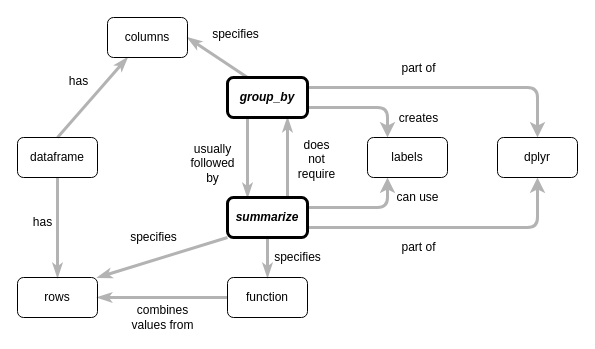
Earlier version of the draw.io diagram en/group_by-summarize.drawio (rstudio/concept-maps). Source tidied: cells renumbered, new cells numbered last; positions are measured from the earlier drawing's top-left corner, leaving out a move shared by most shapes. Both pictures are drawn from the tidied source at 100%, with x=0, y=0 at pixel (17, 17).
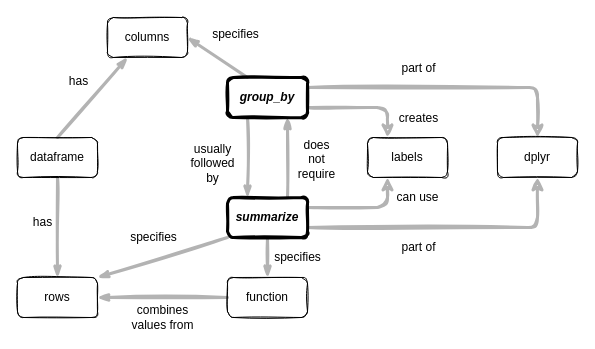
Above is the later version.

Change to the diagram source:
```diff
@@
-    <mxCell id="2" value="has" style="edgeStyle=none;rounded=1;html=1;labelBackgroundColor=#FFFFFF;startArrow=none;startFill=0;startSize=5;endArrow=classicThin;endFill=1;endSize=5;jettySize=auto;strokeColor=#B3B3B3;strokeWidth=3;fontFamily=Helvetica;fontSize=12;exitX=0.5;exitY=1;exitDx=0;exitDy=0;entryX=0.5;entryY=0;entryDx=0;entryDy=0;verticalAlign=middle;" parent="1" edge="1" source="17" target="18">
+    <mxCell id="2" value="has" style="edgeStyle=none;rounded=1;html=1;labelBackgroundColor=none;startArrow=none;startFill=0;startSize=5;endArrow=classicThin;endFill=1;endSize=5;jettySize=auto;strokeColor=#B3B3B3;strokeWidth=3;fontFamily=Helvetica;fontSize=12;exitX=0.5;exitY=1;exitDx=0;exitDy=0;entryX=0.5;entryY=0;entryDx=0;entryDy=0;verticalAlign=middle;sketch=1;" parent="1" edge="1" source="17" target="18">
       <mxGeometry x="-0.11" y="-15" relative="1" as="geometry" />
     </mxCell>
-    <mxCell id="3" value="has" style="edgeStyle=none;rounded=1;html=1;labelBackgroundColor=none;startArrow=none;startFill=0;startSize=5;endArrow=classicThin;endFill=1;endSize=5;jettySize=auto;strokeColor=#B3B3B3;strokeWidth=3;fontFamily=Helvetica;fontSize=12;exitX=0.5;exitY=0;exitDx=0;exitDy=0;entryX=0.25;entryY=1;entryDx=0;entryDy=0;verticalAlign=middle;" parent="1" edge="1" source="17" target="19">
+    <mxCell id="3" value="has" style="edgeStyle=none;rounded=1;html=1;labelBackgroundColor=none;startArrow=none;startFill=0;startSize=5;endArrow=classicThin;endFill=1;endSize=5;jettySize=auto;strokeColor=#B3B3B3;strokeWidth=3;fontFamily=Helvetica;fontSize=12;exitX=0.5;exitY=0;exitDx=0;exitDy=0;entryX=0.25;entryY=1;entryDx=0;entryDy=0;verticalAlign=middle;sketch=1;" parent="1" edge="1" source="17" target="19">
       <mxGeometry x="0.05" y="21" relative="1" as="geometry" />
     </mxCell>
-    <mxCell id="4" value="specifies" style="edgeStyle=none;rounded=1;html=1;labelBackgroundColor=none;startArrow=none;startFill=0;startSize=5;endArrow=classicThin;endFill=1;endSize=5;jettySize=auto;strokeColor=#B3B3B3;strokeWidth=3;fontFamily=Helvetica;fontSize=12;exitX=0.25;exitY=0;exitDx=0;exitDy=0;entryX=1;entryY=0.5;entryDx=0;entryDy=0;verticalAlign=middle;" parent="1" edge="1" source="20" target="19">
+    <mxCell id="4" value="specifies" style="edgeStyle=none;rounded=1;html=1;labelBackgroundColor=none;startArrow=none;startFill=0;startSize=5;endArrow=classicThin;endFill=1;endSize=5;jettySize=auto;strokeColor=#B3B3B3;strokeWidth=3;fontFamily=Helvetica;fontSize=12;exitX=0.25;exitY=0;exitDx=0;exitDy=0;entryX=1;entryY=0.5;entryDx=0;entryDy=0;verticalAlign=middle;sketch=1;" parent="1" edge="1" source="20" target="19">
       <mxGeometry x="-0.06" y="-29" relative="1" as="geometry" />
     </mxCell>
-    <mxCell id="5" style="edgeStyle=orthogonalEdgeStyle;rounded=0;orthogonalLoop=1;jettySize=auto;html=1;exitX=0.5;exitY=1;exitDx=0;exitDy=0;strokeWidth=3;fontSize=12;fontFamily=Helvetica;" parent="1" edge="1" source="17" target="17">
+    <mxCell id="5" style="edgeStyle=orthogonalEdgeStyle;rounded=0;orthogonalLoop=1;jettySize=auto;html=1;exitX=0.5;exitY=1;exitDx=0;exitDy=0;strokeWidth=3;fontSize=12;fontFamily=Helvetica;sketch=1;labelBackgroundColor=none;" parent="1" edge="1" source="17" target="17">
       <mxGeometry relative="1" as="geometry" />
     </mxCell>
-    <mxCell id="6" style="endArrow=classic;html=1;strokeWidth=3;strokeColor=#B3B3B3;exitX=1;exitY=0.75;exitDx=0;exitDy=0;verticalAlign=middle;fontSize=12;labelBackgroundColor=none;fontFamily=Helvetica;entryX=0.25;entryY=0;entryDx=0;entryDy=0;" parent="1" edge="1" source="20" target="21">
+    <mxCell id="6" style="endArrow=classic;html=1;strokeWidth=3;strokeColor=#B3B3B3;exitX=1;exitY=0.75;exitDx=0;exitDy=0;verticalAlign=middle;fontSize=12;labelBackgroundColor=none;fontFamily=Helvetica;entryX=0.25;entryY=0;entryDx=0;entryDy=0;sketch=1;" parent="1" edge="1" source="20" target="21">
       <mxGeometry x="0.1" y="-17" relative="1" as="geometry">
         <Array as="points">
           <mxPoint x="370" y="90" />
         </Array>
       </mxGeometry>
     </mxCell>
-    <mxCell id="7" value="&lt;span style=&quot;font-size: 12px&quot;&gt;creates&lt;/span&gt;" style="edgeLabel;html=1;align=center;verticalAlign=middle;" parent="6" vertex="1">
+    <mxCell id="7" value="&lt;span style=&quot;font-size: 12px&quot;&gt;creates&lt;/span&gt;" style="edgeLabel;html=1;align=center;verticalAlign=middle;sketch=1;labelBackgroundColor=none;" parent="6" vertex="1">
       <mxGeometry x="0.02" relative="1" as="geometry">
         <mxPoint x="54" y="10" as="offset" />
       </mxGeometry>
     </mxCell>
-    <mxCell id="8" value="can use" style="endArrow=classic;html=1;strokeWidth=3;strokeColor=#B3B3B3;exitX=1;exitY=0.25;exitDx=0;exitDy=0;verticalAlign=middle;fontSize=12;labelBackgroundColor=none;fontFamily=Helvetica;entryX=0.25;entryY=1;entryDx=0;entryDy=0;" parent="1" edge="1" source="24" target="21">
+    <mxCell id="8" value="can use" style="endArrow=classic;html=1;strokeWidth=3;strokeColor=#B3B3B3;exitX=1;exitY=0.25;exitDx=0;exitDy=0;verticalAlign=middle;fontSize=12;labelBackgroundColor=none;fontFamily=Helvetica;entryX=0.25;entryY=1;entryDx=0;entryDy=0;sketch=1;" parent="1" edge="1" source="24" target="21">
       <mxGeometry x="0.45" y="32" relative="1" as="geometry">
         <Array as="points">
           <mxPoint x="370" y="190" />
         </Array>
         <mxPoint x="62" y="-10" as="offset" />
       </mxGeometry>
     </mxCell>
-    <mxCell id="9" value="usually&lt;br&gt;followed&lt;br&gt;by" style="edgeStyle=none;rounded=1;html=1;labelBackgroundColor=#FFFFFF;startArrow=none;startFill=0;startSize=5;endArrow=classicThin;endFill=1;endSize=5;jettySize=auto;strokeColor=#B3B3B3;strokeWidth=3;fontFamily=Helvetica;fontSize=12;exitX=0.25;exitY=1;exitDx=0;exitDy=0;entryX=0.25;entryY=0;entryDx=0;entryDy=0;verticalAlign=middle;" parent="1" edge="1" source="20" target="24">
+    <mxCell id="9" value="usually&lt;br&gt;followed&lt;br&gt;by" style="edgeStyle=none;rounded=1;html=1;labelBackgroundColor=none;startArrow=none;startFill=0;startSize=5;endArrow=classicThin;endFill=1;endSize=5;jettySize=auto;strokeColor=#B3B3B3;strokeWidth=3;fontFamily=Helvetica;fontSize=12;exitX=0.25;exitY=1;exitDx=0;exitDy=0;entryX=0.25;entryY=0;entryDx=0;entryDy=0;verticalAlign=middle;sketch=1;" parent="1" edge="1" source="20" target="24">
       <mxGeometry x="0.14" y="-35" relative="1" as="geometry" />
     </mxCell>
-    <mxCell id="10" value="does&lt;br&gt;not&lt;br&gt;require" style="edgeStyle=none;rounded=1;html=1;labelBackgroundColor=none;startArrow=none;startFill=0;startSize=5;endArrow=classicThin;endFill=1;endSize=5;jettySize=auto;strokeColor=#B3B3B3;strokeWidth=3;fontFamily=Helvetica;fontSize=12;exitX=0.75;exitY=0;exitDx=0;exitDy=0;entryX=0.75;entryY=1;entryDx=0;entryDy=0;verticalAlign=middle;" parent="1" edge="1" source="24" target="20">
+    <mxCell id="10" value="does&lt;br&gt;not&lt;br&gt;require" style="edgeStyle=none;rounded=1;html=1;labelBackgroundColor=none;startArrow=none;startFill=0;startSize=5;endArrow=classicThin;endFill=1;endSize=5;jettySize=auto;strokeColor=#B3B3B3;strokeWidth=3;fontFamily=Helvetica;fontSize=12;exitX=0.75;exitY=0;exitDx=0;exitDy=0;entryX=0.75;entryY=1;entryDx=0;entryDy=0;verticalAlign=middle;sketch=1;" parent="1" edge="1" source="24" target="20">
       <mxGeometry x="-0.06" y="-29" relative="1" as="geometry" />
     </mxCell>
-    <mxCell id="11" value="specifies" style="edgeStyle=none;rounded=1;html=1;labelBackgroundColor=#FFFFFF;startArrow=none;startFill=0;startSize=5;endArrow=classicThin;endFill=1;endSize=5;jettySize=auto;strokeColor=#B3B3B3;strokeWidth=3;fontFamily=Helvetica;fontSize=12;exitX=0.5;exitY=1;exitDx=0;exitDy=0;entryX=0.5;entryY=0;entryDx=0;entryDy=0;verticalAlign=middle;" parent="1" edge="1" source="24" target="22">
+    <mxCell id="11" value="specifies" style="edgeStyle=none;rounded=1;html=1;labelBackgroundColor=none;startArrow=none;startFill=0;startSize=5;endArrow=classicThin;endFill=1;endSize=5;jettySize=auto;strokeColor=#B3B3B3;strokeWidth=3;fontFamily=Helvetica;fontSize=12;exitX=0.5;exitY=1;exitDx=0;exitDy=0;entryX=0.5;entryY=0;entryDx=0;entryDy=0;verticalAlign=middle;sketch=1;" parent="1" edge="1" source="24" target="22">
       <mxGeometry y="30" relative="1" as="geometry" />
     </mxCell>
-    <mxCell id="12" value="combines&lt;br&gt;values from" style="edgeStyle=none;rounded=1;html=1;labelBackgroundColor=none;startArrow=none;startFill=0;startSize=5;endArrow=classicThin;endFill=1;endSize=5;jettySize=auto;strokeColor=#B3B3B3;strokeWidth=3;fontFamily=Helvetica;fontSize=12;exitX=0;exitY=0.5;exitDx=0;exitDy=0;entryX=1;entryY=0.5;entryDx=0;entryDy=0;verticalAlign=middle;" parent="1" edge="1" source="22" target="18">
+    <mxCell id="12" value="combines&lt;br&gt;values from" style="edgeStyle=none;rounded=1;html=1;labelBackgroundColor=none;startArrow=none;startFill=0;startSize=5;endArrow=classicThin;endFill=1;endSize=5;jettySize=auto;strokeColor=#B3B3B3;strokeWidth=3;fontFamily=Helvetica;fontSize=12;exitX=0;exitY=0.5;exitDx=0;exitDy=0;entryX=1;entryY=0.5;entryDx=0;entryDy=0;verticalAlign=middle;sketch=1;" parent="1" edge="1" source="22" target="18">
       <mxGeometry y="20" relative="1" as="geometry" />
     </mxCell>
-    <mxCell id="13" style="endArrow=classic;html=1;strokeWidth=3;strokeColor=#B3B3B3;exitX=1;exitY=0.25;exitDx=0;exitDy=0;verticalAlign=middle;fontSize=12;labelBackgroundColor=none;fontFamily=Helvetica;entryX=0.5;entryY=0;entryDx=0;entryDy=0;" parent="1" edge="1" source="20" target="23">
+    <mxCell id="13" style="endArrow=classic;html=1;strokeWidth=3;strokeColor=#B3B3B3;exitX=1;exitY=0.25;exitDx=0;exitDy=0;verticalAlign=middle;fontSize=12;labelBackgroundColor=none;fontFamily=Helvetica;entryX=0.5;entryY=0;entryDx=0;entryDy=0;sketch=1;" parent="1" edge="1" source="20" target="23">
       <mxGeometry x="0.1" y="-17" relative="1" as="geometry">
         <Array as="points">
           <mxPoint x="520" y="70" />
         </Array>
       </mxGeometry>
     </mxCell>
-    <mxCell id="14" value="&lt;span style=&quot;font-size: 12px&quot;&gt;part of&lt;/span&gt;" style="edgeLabel;html=1;align=center;verticalAlign=middle;" parent="13" vertex="1">
+    <mxCell id="14" value="&lt;span style=&quot;font-size: 12px&quot;&gt;part of&lt;/span&gt;" style="edgeLabel;html=1;align=center;verticalAlign=middle;sketch=1;labelBackgroundColor=none;" parent="13" vertex="1">
       <mxGeometry x="0.02" relative="1" as="geometry">
         <mxPoint x="-33" y="-20" as="offset" />
       </mxGeometry>
     </mxCell>
-    <mxCell id="15" value="part of" style="endArrow=classic;html=1;strokeWidth=3;strokeColor=#B3B3B3;exitX=1;exitY=0.75;exitDx=0;exitDy=0;verticalAlign=middle;fontSize=12;labelBackgroundColor=none;fontFamily=Helvetica;entryX=0.5;entryY=1;entryDx=0;entryDy=0;" parent="1" edge="1" source="24" target="23">
+    <mxCell id="15" value="part of" style="endArrow=classic;html=1;strokeWidth=3;strokeColor=#B3B3B3;exitX=1;exitY=0.75;exitDx=0;exitDy=0;verticalAlign=middle;fontSize=12;labelBackgroundColor=none;fontFamily=Helvetica;entryX=0.5;entryY=1;entryDx=0;entryDy=0;sketch=1;" parent="1" edge="1" source="24" target="23">
       <mxGeometry x="-0.21" y="-20" relative="1" as="geometry">
         <Array as="points">
           <mxPoint x="520" y="210" />
         </Array>
       </mxGeometry>
     </mxCell>
-    <mxCell id="16" value="specifies" style="edgeStyle=none;rounded=1;html=1;labelBackgroundColor=#FFFFFF;startArrow=none;startFill=0;startSize=5;endArrow=classicThin;endFill=1;endSize=5;jettySize=auto;strokeColor=#B3B3B3;strokeWidth=3;fontFamily=Helvetica;fontSize=12;exitX=0;exitY=1;exitDx=0;exitDy=0;entryX=1;entryY=0;entryDx=0;entryDy=0;verticalAlign=middle;" parent="1" edge="1" source="24" target="18">
+    <mxCell id="16" value="specifies" style="edgeStyle=none;rounded=1;html=1;labelBackgroundColor=none;startArrow=none;startFill=0;startSize=5;endArrow=classicThin;endFill=1;endSize=5;jettySize=auto;strokeColor=#B3B3B3;strokeWidth=3;fontFamily=Helvetica;fontSize=12;exitX=0;exitY=1;exitDx=0;exitDy=0;entryX=1;entryY=0;entryDx=0;entryDy=0;verticalAlign=middle;sketch=1;" parent="1" edge="1" source="24" target="18">
       <mxGeometry x="0.05" y="-22" relative="1" as="geometry" />
     </mxCell>
-    <mxCell id="17" value="dataframe" style="rounded=1;whiteSpace=wrap;html=1;fontSize=12;fontFamily=Helvetica;fillColor=none;" parent="1" vertex="1">
+    <mxCell id="17" value="dataframe" style="rounded=1;whiteSpace=wrap;html=1;fontSize=12;fontFamily=Helvetica;fillColor=none;sketch=1;labelBackgroundColor=none;" parent="1" vertex="1">
       <mxGeometry y="120" width="80" height="40" as="geometry" />
     </mxCell>
-    <mxCell id="18" value="rows" style="rounded=1;whiteSpace=wrap;html=1;fontSize=12;fontFamily=Helvetica;fillColor=none;" parent="1" vertex="1">
+    <mxCell id="18" value="rows" style="rounded=1;whiteSpace=wrap;html=1;fontSize=12;fontFamily=Helvetica;fillColor=none;sketch=1;labelBackgroundColor=none;" parent="1" vertex="1">
       <mxGeometry y="260" width="80" height="40" as="geometry" />
     </mxCell>
-    <mxCell id="19" value="columns" style="rounded=1;whiteSpace=wrap;html=1;fontSize=12;fontFamily=Helvetica;fillColor=none;" parent="1" vertex="1">
+    <mxCell id="19" value="columns" style="rounded=1;whiteSpace=wrap;html=1;fontSize=12;fontFamily=Helvetica;fillColor=none;sketch=1;labelBackgroundColor=none;" parent="1" vertex="1">
       <mxGeometry x="90" width="80" height="40" as="geometry" />
     </mxCell>
-    <mxCell id="20" value="&lt;b style=&quot;font-size: 12px&quot;&gt;&lt;i style=&quot;font-size: 12px&quot;&gt;group_by&lt;/i&gt;&lt;/b&gt;" style="rounded=1;whiteSpace=wrap;html=1;strokeWidth=3;fontSize=12;fontFamily=Helvetica;fillColor=none;" parent="1" vertex="1">
+    <mxCell id="20" value="&lt;b style=&quot;font-size: 12px&quot;&gt;&lt;i style=&quot;font-size: 12px&quot;&gt;group_by&lt;/i&gt;&lt;/b&gt;" style="rounded=1;whiteSpace=wrap;html=1;strokeWidth=3;fontSize=12;fontFamily=Helvetica;fillColor=none;sketch=1;labelBackgroundColor=none;" parent="1" vertex="1">
       <mxGeometry x="210" y="60" width="80" height="40" as="geometry" />
     </mxCell>
-    <mxCell id="21" value="labels" style="rounded=1;whiteSpace=wrap;html=1;fontSize=12;fontFamily=Helvetica;fillColor=none;" parent="1" vertex="1">
+    <mxCell id="21" value="labels" style="rounded=1;whiteSpace=wrap;html=1;fontSize=12;fontFamily=Helvetica;fillColor=none;sketch=1;labelBackgroundColor=none;" parent="1" vertex="1">
       <mxGeometry x="350" y="120" width="80" height="40" as="geometry" />
     </mxCell>
-    <mxCell id="22" value="function" style="rounded=1;whiteSpace=wrap;html=1;fontSize=12;fontFamily=Helvetica;fillColor=none;" parent="1" vertex="1">
+    <mxCell id="22" value="function" style="rounded=1;whiteSpace=wrap;html=1;fontSize=12;fontFamily=Helvetica;fillColor=none;sketch=1;labelBackgroundColor=none;" parent="1" vertex="1">
       <mxGeometry x="210" y="260" width="80" height="40" as="geometry" />
     </mxCell>
-    <mxCell id="23" value="dplyr" style="rounded=1;whiteSpace=wrap;html=1;fontSize=12;fontFamily=Helvetica;fillColor=none;" parent="1" vertex="1">
+    <mxCell id="23" value="dplyr" style="rounded=1;whiteSpace=wrap;html=1;fontSize=12;fontFamily=Helvetica;fillColor=none;sketch=1;labelBackgroundColor=none;" parent="1" vertex="1">
       <mxGeometry x="480" y="120" width="80" height="40" as="geometry" />
     </mxCell>
-    <mxCell id="24" value="&lt;b style=&quot;font-size: 12px&quot;&gt;&lt;i style=&quot;font-size: 12px&quot;&gt;summarize&lt;/i&gt;&lt;/b&gt;" style="rounded=1;whiteSpace=wrap;html=1;strokeWidth=3;fontSize=12;fontFamily=Helvetica;fillColor=none;" parent="1" vertex="1">
+    <mxCell id="24" value="&lt;b style=&quot;font-size: 12px&quot;&gt;&lt;i style=&quot;font-size: 12px&quot;&gt;summarize&lt;/i&gt;&lt;/b&gt;" style="rounded=1;whiteSpace=wrap;html=1;strokeWidth=3;fontSize=12;fontFamily=Helvetica;fillColor=none;sketch=1;labelBackgroundColor=none;" parent="1" vertex="1">
       <mxGeometry x="210" y="180" width="80" height="40" as="geometry" />
     </mxCell>
```
